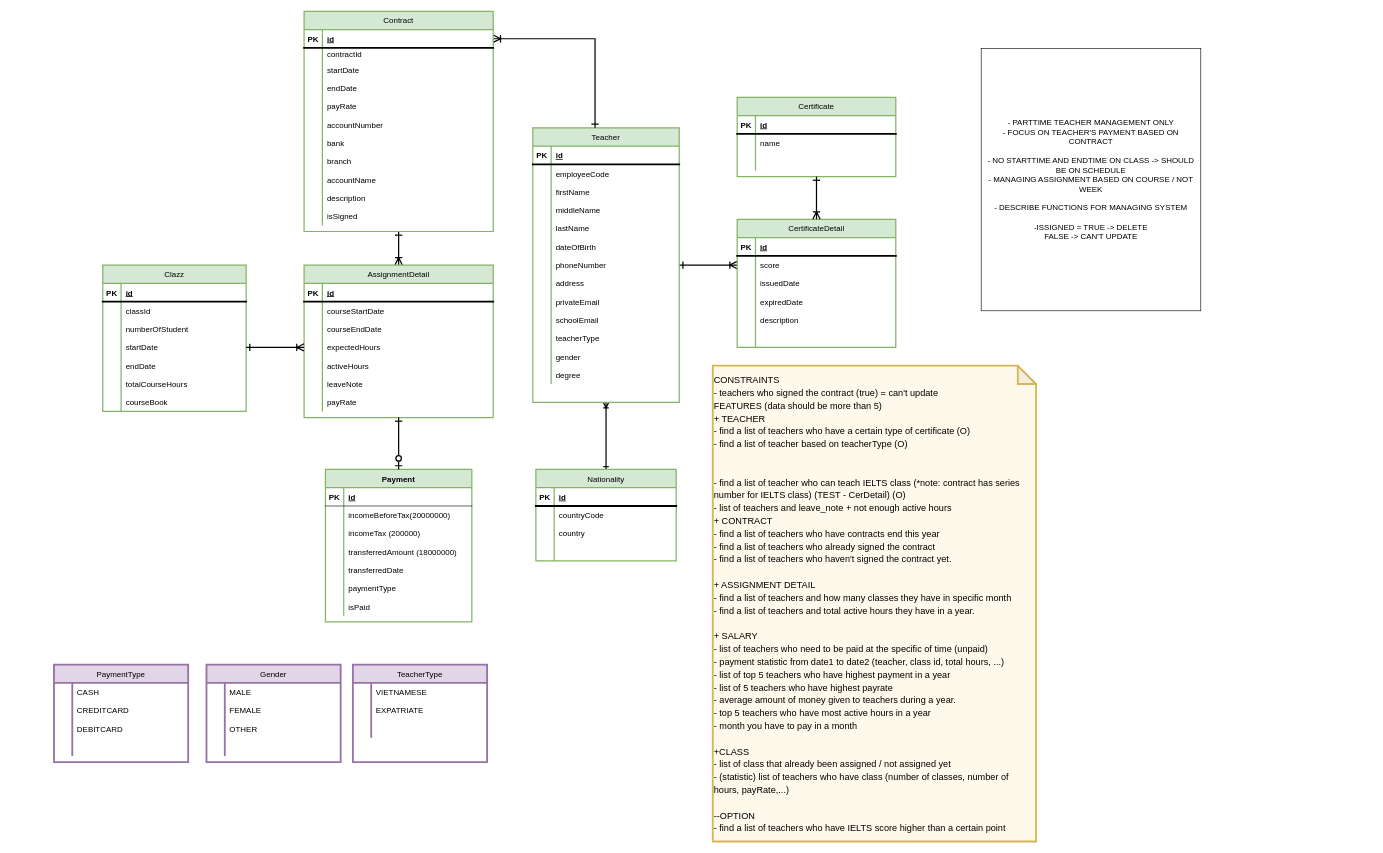
Before: Teacher_Management_System - Type.drawio in AmberNguyn/PersonalProject_TeacherManagement, a draw.io diagram. Source tidied: cells renumbered, new cells numbered last; positions are measured from the earlier drawing's top-left corner, leaving out a move shared by most shapes. Both pictures are drawn from the tidied source at 61%, with x=0, y=0 at pixel (54, 11).
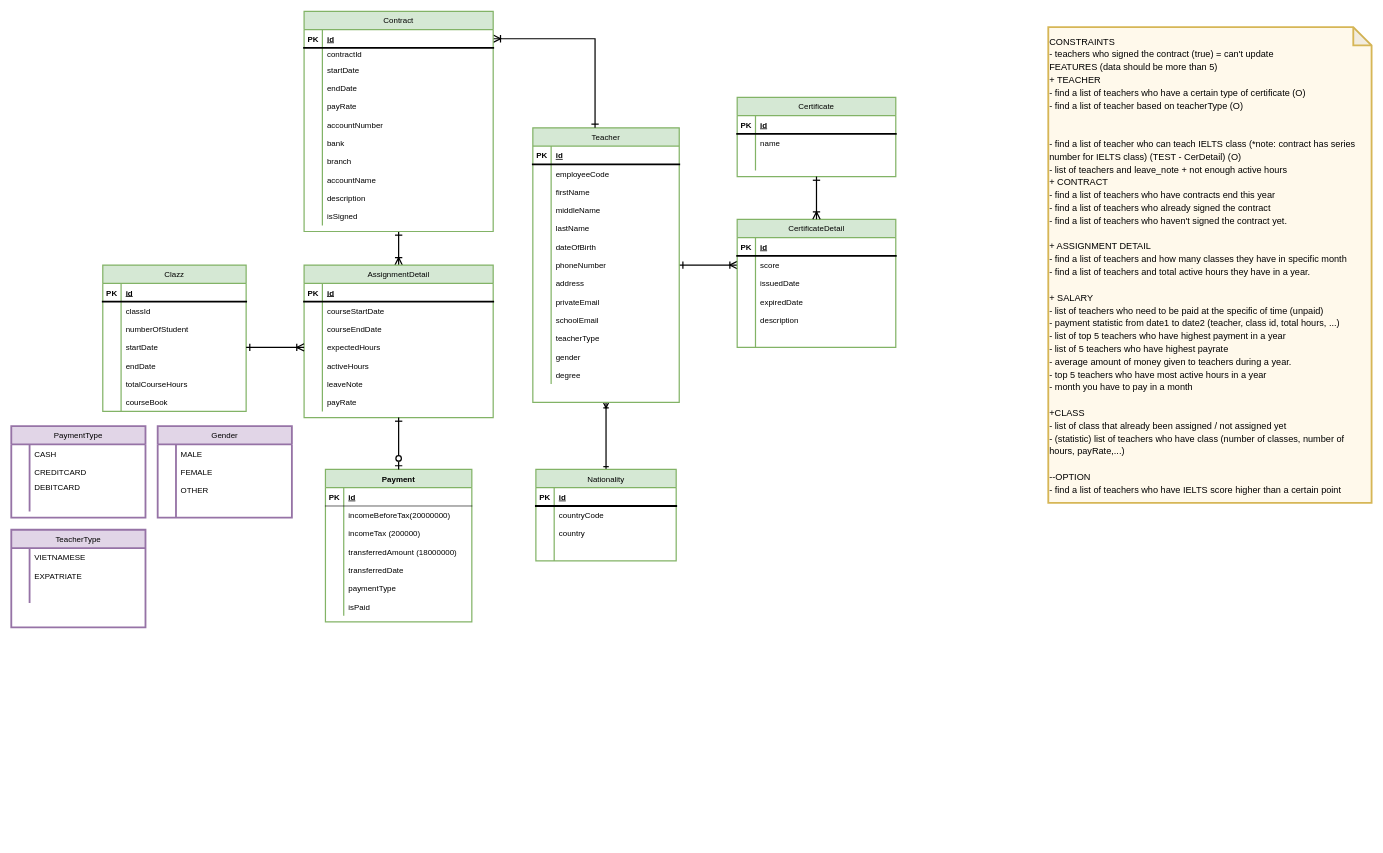
The same diagram, later.

What changed in the source:
```diff
@@
     <mxCell id="125" value="Gender" style="shape=table;startSize=30;childLayout=tableLayout;rowLines=0;fontStyle=0;align=center;labelBackgroundColor=none;fontSize=13;strokeWidth=3;fillColor=#e1d5e7;strokeColor=#9673a6;" parent="1" vertex="1">
-      <mxGeometry x="250" y="1071" width="220" height="160" as="geometry" />
+      <mxGeometry x="170" y="680" width="220" height="150" as="geometry" />
     </mxCell>
@@
     <mxCell id="138" value="TeacherType" style="shape=table;startSize=30;childLayout=tableLayout;rowLines=0;fontStyle=0;align=center;labelBackgroundColor=none;fontSize=13;strokeWidth=3;fillColor=#e1d5e7;strokeColor=#9673a6;" parent="1" vertex="1">
-      <mxGeometry x="490" y="1071" width="220" height="160" as="geometry" />
+      <mxGeometry x="-70" y="850" width="220" height="160" as="geometry" />
     </mxCell>
@@
     <mxCell id="148" value="PaymentType" style="shape=table;startSize=30;childLayout=tableLayout;rowLines=0;fontStyle=0;align=center;labelBackgroundColor=none;fontSize=13;strokeWidth=3;fillColor=#e1d5e7;strokeColor=#9673a6;" parent="1" vertex="1">
-      <mxGeometry y="1071" width="220" height="160" as="geometry" />
+      <mxGeometry x="-70" y="680" width="220" height="150" as="geometry" />
     </mxCell>
@@
     <mxCell id="155" style="shape=tableRow;horizontal=0;startSize=0;swimlaneHead=0;swimlaneBody=0;fillColor=none;top=0;left=0;right=0;bottom=0;labelBackgroundColor=none;fontSize=13;strokeWidth=3;fontStyle=0;" parent="148" vertex="1">
-      <mxGeometry y="90" width="220" height="30" as="geometry" />
+      <mxGeometry y="90" width="220" height="20" as="geometry" />
     </mxCell>
     <mxCell id="156" style="shape=partialRectangle;fillColor=none;top=0;left=0;bottom=0;right=0;overflow=hidden;labelBackgroundColor=none;fontSize=13;strokeWidth=3;fontStyle=0;" parent="155" vertex="1">
-      <mxGeometry width="30" height="30" as="geometry" />
+      <mxGeometry width="30" height="20" as="geometry" />
     </mxCell>
     <mxCell id="157" value="DEBITCARD" style="shape=partialRectangle;fillColor=none;top=0;left=0;bottom=0;right=0;align=left;spacingLeft=6;overflow=hidden;labelBackgroundColor=none;fontSize=13;strokeWidth=3;fontStyle=0;" parent="155" vertex="1">
-      <mxGeometry x="30" width="190" height="30" as="geometry" />
+      <mxGeometry x="30" width="190" height="20" as="geometry" />
     </mxCell>
     <mxCell id="158" style="shape=tableRow;horizontal=0;startSize=0;swimlaneHead=0;swimlaneBody=0;fillColor=none;top=0;left=0;right=0;bottom=0;labelBackgroundColor=none;fontSize=13;strokeWidth=3;fontStyle=0;" parent="148" vertex="1">
-      <mxGeometry y="120" width="220" height="30" as="geometry" />
+      <mxGeometry y="110" width="220" height="30" as="geometry" />
     </mxCell>
@@
-    <mxCell id="161" value="- PARTTIME TEACHER MANAGEMENT ONLY&lt;br style=&quot;font-size: 13px;&quot;&gt;- FOCUS ON TEACHER'S PAYMENT BASED ON CONTRACT&lt;br style=&quot;font-size: 13px;&quot;&gt;&lt;br style=&quot;font-size: 13px;&quot;&gt;- NO STARTTIME AND ENDTIME ON CLASS -&amp;gt; SHOULD BE ON SCHEDULE&lt;br style=&quot;font-size: 13px;&quot;&gt;- MANAGING ASSIGNMENT BASED ON COURSE / NOT WEEK&lt;br style=&quot;font-size: 13px;&quot;&gt;&lt;br style=&quot;font-size: 13px;&quot;&gt;- DESCRIBE FUNCTIONS FOR MANAGING SYSTEM&lt;br style=&quot;font-size: 13px;&quot;&gt;&lt;br style=&quot;font-size: 13px;&quot;&gt;-ISSIGNED = TRUE -&amp;gt; DELETE&lt;br style=&quot;font-size: 13px;&quot;&gt;FALSE -&amp;gt; CAN'T UPDATE" style="rounded=0;whiteSpace=wrap;html=1;fontSize=13;" parent="1" vertex="1">
-      <mxGeometry x="1520" y="61" width="360" height="430" as="geometry" />
-    </mxCell>
@@
     <mxCell id="228" value="&lt;font style=&quot;font-size: 15px; line-height: 1.4;&quot;&gt;CONSTRAINTS&lt;br&gt;- teachers who signed the contract (true) = can't update&lt;br&gt;FEATURES (data should be more than 5)&lt;br&gt;+ TEACHER&lt;br&gt;- find a list of teachers who have a certain type of certificate (O)&lt;br&gt;- find a list of teacher based on teacherType (O)&lt;br&gt;&lt;br&gt;&lt;br&gt;- find a list of teacher who can teach IELTS class (*note: contract has series number for IELTS class) (TEST - CerDetail) (O)&lt;br&gt;- list of teachers and leave_note + not enough active hours&lt;br&gt;+ CONTRACT&lt;br&gt;- find a list of teachers who have contracts end this year&lt;br&gt;- find a list of teachers who already signed the contract&lt;br&gt;- find a list of teachers who haven't signed the contract yet.&lt;br&gt;&lt;br&gt;+ ASSIGNMENT DETAIL&lt;br&gt;- find a list of teachers and how many classes they have in specific month&lt;br&gt;- find a list of teachers and total active hours they have in a year.&lt;br&gt;&lt;br&gt;+ SALARY&lt;br&gt;- list of teachers who need to be paid at the specific of time (unpaid)&lt;br&gt;- payment statistic from date1 to date2 (teacher, class id, total hours, ...)&amp;nbsp;&lt;br&gt;- list of top 5 teachers who have highest payment in a year&lt;br&gt;- list of 5 teachers who have highest payrate&lt;br&gt;- average amount of money given to teachers during a year.&lt;br&gt;- top 5 teachers who have most active hours in a year&lt;br&gt;- month you have to pay in a month&lt;br&gt;&lt;br&gt;+CLASS&lt;br&gt;- list of class that already been assigned / not assigned yet&lt;br&gt;- (statistic) list of teachers who have class (number of classes, number of hours, payRate,...)&lt;br&gt;&lt;br&gt;--OPTION&lt;br&gt;- find a list of teachers who have IELTS score higher than a certain point&lt;br&gt;&lt;/font&gt;" style="shape=note;whiteSpace=wrap;html=1;backgroundOutline=1;darkOpacity=0.05;fontSize=13;strokeWidth=3;fillColor=#FFF9EB;strokeColor=#d6b656;align=left;" parent="1" vertex="1">
-      <mxGeometry x="1080" y="581" width="530" height="780" as="geometry" />
+      <mxGeometry x="1630" y="26" width="530" height="780" as="geometry" />
     </mxCell>
```
